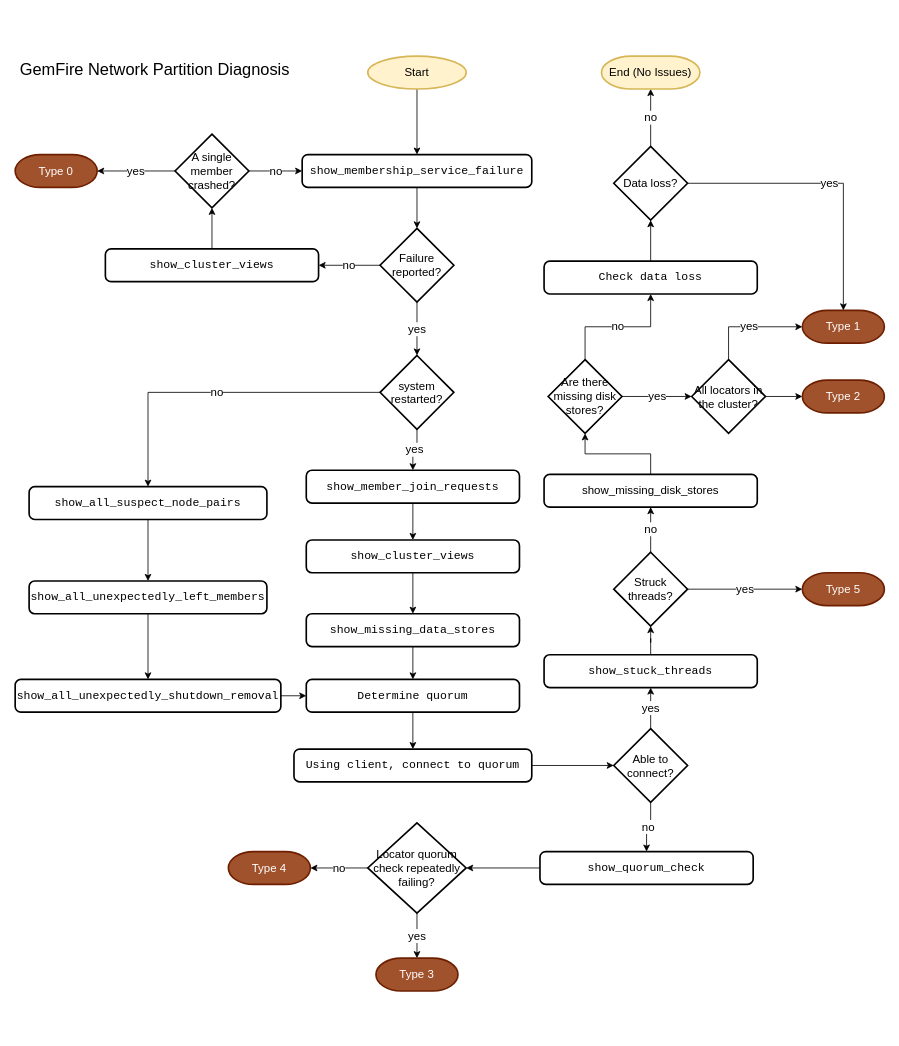
The draw.io diagram page "Diagnosis" (7 of 7) of images/drawio/split-brain.drawio in padogrid/bundle-geode-1-app-perf_test_sb-cluster-sb, before the edit. Source tidied: cells renumbered, new cells numbered last; positions are measured from the earlier drawing's top-left corner, leaving out a move shared by most shapes. Both pictures are drawn from the tidied source at 82%, with x=0, y=0 at pixel (15, 56).
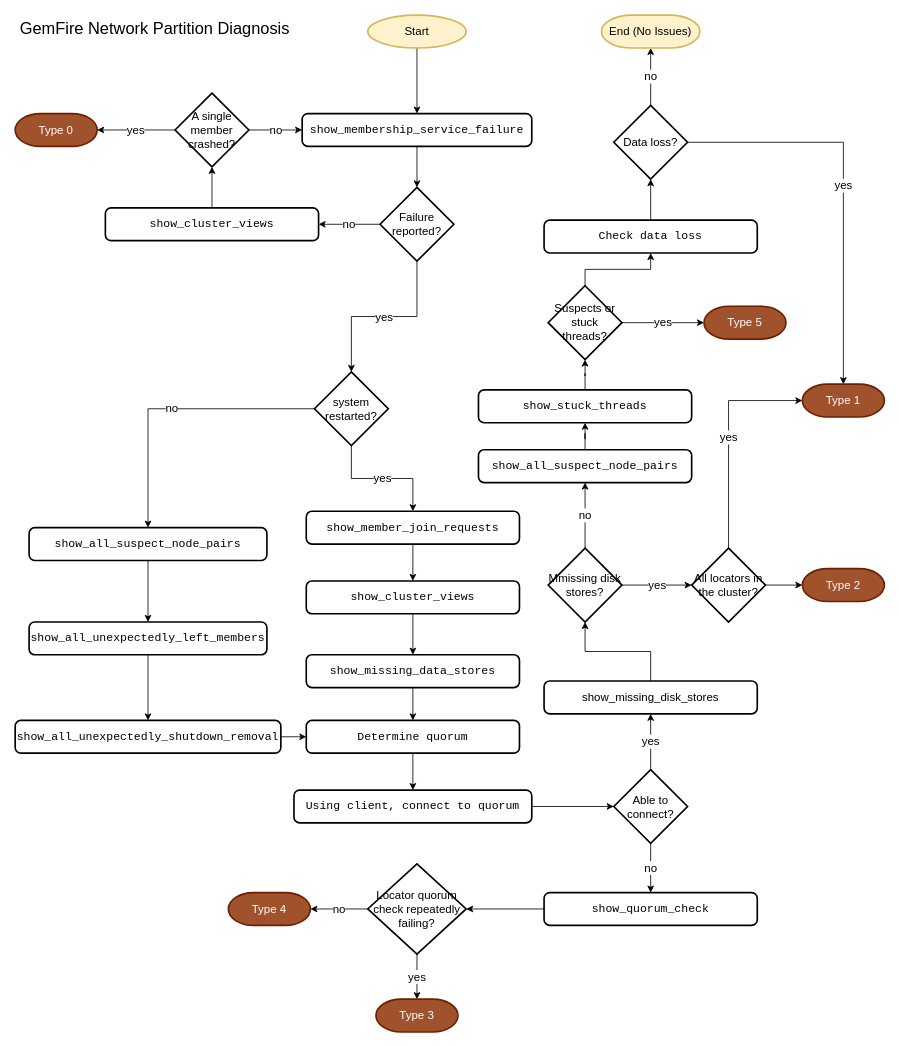
Above is the later version.

Commit message (it also covers changes not shown here):
Updated show_type

Diff of the diagram source:
```diff
@@
     <mxCell id="3" value="Start" style="strokeWidth=2;html=1;shape=mxgraph.flowchart.start_1;whiteSpace=wrap;fontFamily=Helvetica;fillColor=#fff2cc;strokeColor=#d6b656;fontSize=14;" parent="1" vertex="1">
-      <mxGeometry x="430" width="120" height="40" as="geometry" />
+      <mxGeometry x="430" y="-50" width="120" height="40" as="geometry" />
     </mxCell>
@@
     <mxCell id="5" value="&lt;pre class=&quot;language-bash&quot; style=&quot;font-size: 14px;&quot;&gt;&lt;code class=&quot;language-bash&quot; style=&quot;font-size: 14px;&quot;&gt;show_membership_service_failure&lt;/code&gt;&lt;/pre&gt;" style="rounded=1;whiteSpace=wrap;html=1;absoluteArcSize=1;arcSize=14;strokeWidth=2;fontFamily=Helvetica;fontSize=14;" parent="1" vertex="1">
-      <mxGeometry x="350" y="120" width="280" height="40" as="geometry" />
+      <mxGeometry x="350" y="70" width="280" height="40" as="geometry" />
     </mxCell>
@@
     <mxCell id="8" value="Failure reported?" style="strokeWidth=2;html=1;shape=mxgraph.flowchart.decision;whiteSpace=wrap;fontFamily=Helvetica;fontSize=14;" parent="1" vertex="1">
-      <mxGeometry x="445" y="210" width="90" height="90" as="geometry" />
+      <mxGeometry x="445" y="160" width="90" height="90" as="geometry" />
     </mxCell>
@@
     <mxCell id="10" value="&lt;pre class=&quot;language-bash&quot; style=&quot;font-size: 14px;&quot;&gt;&lt;pre class=&quot;language-bash&quot; style=&quot;font-size: 14px;&quot;&gt;&lt;code class=&quot;language-bash&quot; style=&quot;font-size: 14px;&quot;&gt;show_cluster_views&lt;/code&gt;&lt;/pre&gt;&lt;/pre&gt;" style="rounded=1;whiteSpace=wrap;html=1;absoluteArcSize=1;arcSize=14;strokeWidth=2;fontFamily=Helvetica;fontSize=14;" parent="1" vertex="1">
-      <mxGeometry x="355" y="590" width="260" height="40" as="geometry" />
+      <mxGeometry x="355" y="640" width="260" height="40" as="geometry" />
     </mxCell>
-    <mxCell id="11" value="yes" style="edgeStyle=orthogonalEdgeStyle;rounded=0;jettySize=auto;html=1;entryX=0.5;entryY=0;entryDx=0;entryDy=0;fontFamily=Helvetica;fontSize=14;" parent="1" edge="1" source="13" target="22">
+    <mxCell id="11" value="yes" style="edgeStyle=orthogonalEdgeStyle;rounded=0;jettySize=auto;html=1;entryX=0.5;entryY=0;entryDx=0;entryDy=0;fontFamily=Helvetica;fontSize=14;exitX=0.5;exitY=1;exitDx=0;exitDy=0;exitPerimeter=0;" parent="1" edge="1" source="13" target="22">
       <mxGeometry relative="1" as="geometry" />
     </mxCell>
-    <mxCell id="12" value="no" style="edgeStyle=orthogonalEdgeStyle;rounded=0;jettySize=auto;html=1;fontFamily=Helvetica;fontSize=14;" parent="1" edge="1" source="13" target="49">
+    <mxCell id="12" value="no" style="edgeStyle=orthogonalEdgeStyle;rounded=0;jettySize=auto;html=1;fontFamily=Helvetica;fontSize=14;exitX=0;exitY=0.5;exitDx=0;exitDy=0;exitPerimeter=0;" parent="1" edge="1" source="13" target="49">
       <mxGeometry relative="1" as="geometry" />
     </mxCell>
     <mxCell id="13" value="system restarted?" style="strokeWidth=2;html=1;shape=mxgraph.flowchart.decision;whiteSpace=wrap;fontFamily=Helvetica;fontSize=14;" parent="1" vertex="1">
-      <mxGeometry x="445" y="365" width="90" height="90" as="geometry" />
+      <mxGeometry x="365" y="385" width="90" height="90" as="geometry" />
     </mxCell>
-    <mxCell id="14" value="yes" style="edgeStyle=orthogonalEdgeStyle;rounded=0;jettySize=auto;html=1;fontFamily=Helvetica;entryX=0.5;entryY=1;entryDx=0;entryDy=0;fontSize=14;exitX=0.5;exitY=0;exitDx=0;exitDy=0;exitPerimeter=0;" parent="1" edge="1" source="16" target="42">
-      <mxGeometry relative="1" as="geometry" />
-    </mxCell>
@@
+    <mxCell id="67" value="yes" style="edgeStyle=orthogonalEdgeStyle;rounded=0;jettySize=auto;html=1;entryX=0.5;entryY=1;entryDx=0;entryDy=0;fontSize=14;" parent="1" edge="1" source="16" target="24">
+      <mxGeometry relative="1" as="geometry" />
+    </mxCell>
     <mxCell id="16" value="Able to connect?" style="strokeWidth=2;html=1;shape=mxgraph.flowchart.decision;whiteSpace=wrap;fontFamily=Helvetica;fontSize=14;" parent="1" vertex="1">
-      <mxGeometry x="730" y="820" width="90" height="90" as="geometry" />
+      <mxGeometry x="730" y="870" width="90" height="90" as="geometry" />
     </mxCell>
@@
     <mxCell id="18" value="&lt;pre class=&quot;language-bash&quot; style=&quot;font-size: 14px;&quot;&gt;&lt;pre class=&quot;language-bash&quot; style=&quot;font-size: 14px;&quot;&gt;&lt;code class=&quot;language-bash&quot; style=&quot;font-size: 14px;&quot;&gt;Determine quorum&lt;/code&gt;&lt;/pre&gt;&lt;/pre&gt;" style="rounded=1;whiteSpace=wrap;html=1;absoluteArcSize=1;arcSize=14;strokeWidth=2;fontFamily=Helvetica;fontSize=14;" parent="1" vertex="1">
-      <mxGeometry x="355" y="760" width="260" height="40" as="geometry" />
+      <mxGeometry x="355" y="810" width="260" height="40" as="geometry" />
     </mxCell>
@@
     <mxCell id="20" value="&lt;pre class=&quot;language-bash&quot; style=&quot;font-size: 14px;&quot;&gt;&lt;pre class=&quot;language-bash&quot; style=&quot;font-size: 14px;&quot;&gt;Using client, connect to quorum&lt;/pre&gt;&lt;/pre&gt;" style="rounded=1;whiteSpace=wrap;html=1;absoluteArcSize=1;arcSize=14;strokeWidth=2;fontFamily=Helvetica;fontSize=14;" parent="1" vertex="1">
-      <mxGeometry x="340" y="845" width="290" height="40" as="geometry" />
+      <mxGeometry x="340" y="895" width="290" height="40" as="geometry" />
     </mxCell>
@@
     <mxCell id="22" value="&lt;pre class=&quot;language-bash&quot; style=&quot;font-size: 14px;&quot;&gt;&lt;pre class=&quot;language-bash&quot; style=&quot;font-size: 14px;&quot;&gt;&lt;code class=&quot;language-bash&quot; style=&quot;font-size: 14px;&quot;&gt;show_member_join_requests&lt;/code&gt;&lt;/pre&gt;&lt;/pre&gt;" style="rounded=1;whiteSpace=wrap;html=1;absoluteArcSize=1;arcSize=14;strokeWidth=2;fontFamily=Helvetica;fontSize=14;" parent="1" vertex="1">
-      <mxGeometry x="355" y="505" width="260" height="40" as="geometry" />
+      <mxGeometry x="355" y="555" width="260" height="40" as="geometry" />
     </mxCell>
@@
     <mxCell id="24" value="show_missing_disk_stores" style="rounded=1;whiteSpace=wrap;html=1;absoluteArcSize=1;arcSize=14;strokeWidth=2;fontFamily=Helvetica;fontSize=14;" parent="1" vertex="1">
-      <mxGeometry x="645" y="510" width="260" height="40" as="geometry" />
+      <mxGeometry x="645" y="762" width="260" height="40" as="geometry" />
     </mxCell>
     <mxCell id="25" value="Type 1" style="strokeWidth=2;html=1;shape=mxgraph.flowchart.terminator;whiteSpace=wrap;fontFamily=Helvetica;fillColor=#a0522d;strokeColor=#6D1F00;fontColor=#ffffff;fontSize=14;" parent="1" vertex="1">
-      <mxGeometry x="960" y="310" width="100" height="40" as="geometry" />
+      <mxGeometry x="960" y="400" width="100" height="40" as="geometry" />
     </mxCell>
     <mxCell id="26" value="&lt;pre class=&quot;language-bash&quot; style=&quot;font-size: 14px;&quot;&gt;&lt;pre class=&quot;language-bash&quot; style=&quot;font-size: 14px;&quot;&gt;&lt;pre class=&quot;language-bash&quot;&gt;show_quorum_check&lt;/pre&gt;&lt;/pre&gt;&lt;/pre&gt;" style="rounded=1;whiteSpace=wrap;html=1;absoluteArcSize=1;arcSize=14;strokeWidth=2;fontFamily=Helvetica;fontSize=14;" parent="1" vertex="1">
-      <mxGeometry x="640" y="970" width="260" height="40" as="geometry" />
+      <mxGeometry x="645" y="1020" width="260" height="40" as="geometry" />
     </mxCell>
@@
-    <mxCell id="28" value="no" style="edgeStyle=orthogonalEdgeStyle;rounded=0;jettySize=auto;html=1;fontFamily=Helvetica;entryX=0.5;entryY=1;entryDx=0;entryDy=0;fontSize=14;" parent="1" edge="1" source="29" target="31">
-      <mxGeometry relative="1" as="geometry" />
-    </mxCell>
+    <mxCell id="68" value="no" style="edgeStyle=orthogonalEdgeStyle;rounded=0;jettySize=auto;html=1;entryX=0.5;entryY=1;entryDx=0;entryDy=0;fontSize=14;" parent="1" edge="1" source="29" target="70">
+      <mxGeometry relative="1" as="geometry" />
+    </mxCell>
-    <mxCell id="29" value="Are there missing disk stores?" style="strokeWidth=2;html=1;shape=mxgraph.flowchart.decision;whiteSpace=wrap;fontFamily=Helvetica;fontSize=14;" parent="1" vertex="1">
-      <mxGeometry x="650" y="370" width="90" height="90" as="geometry" />
+    <mxCell id="29" value="Mmissing disk stores?" style="strokeWidth=2;html=1;shape=mxgraph.flowchart.decision;whiteSpace=wrap;fontFamily=Helvetica;fontSize=14;" parent="1" vertex="1">
+      <mxGeometry x="650" y="600" width="90" height="90" as="geometry" />
     </mxCell>
@@
     <mxCell id="31" value="&lt;pre class=&quot;language-bash&quot; style=&quot;font-size: 14px;&quot;&gt;&lt;pre class=&quot;language-bash&quot; style=&quot;font-size: 14px;&quot;&gt;Check data loss&lt;/pre&gt;&lt;/pre&gt;" style="rounded=1;whiteSpace=wrap;html=1;absoluteArcSize=1;arcSize=14;strokeWidth=2;fontFamily=Helvetica;fontSize=14;" parent="1" vertex="1">
-      <mxGeometry x="645" y="250" width="260" height="40" as="geometry" />
+      <mxGeometry x="645" y="200" width="260" height="40" as="geometry" />
     </mxCell>
@@
     <mxCell id="34" value="Data loss?" style="strokeWidth=2;html=1;shape=mxgraph.flowchart.decision;whiteSpace=wrap;fontFamily=Helvetica;fontSize=14;" parent="1" vertex="1">
-      <mxGeometry x="730" y="110" width="90" height="90" as="geometry" />
+      <mxGeometry x="730" y="60" width="90" height="90" as="geometry" />
     </mxCell>
     <mxCell id="35" value="End (No Issues)" style="strokeWidth=2;html=1;shape=mxgraph.flowchart.terminator;whiteSpace=wrap;fontFamily=Helvetica;fillColor=#fff2cc;strokeColor=#d6b656;fontSize=14;" parent="1" vertex="1">
-      <mxGeometry x="715" width="120" height="40" as="geometry" />
+      <mxGeometry x="715" y="-50" width="120" height="40" as="geometry" />
     </mxCell>
@@
     <mxCell id="39" value="Locator quorum check repeatedly failing?" style="strokeWidth=2;html=1;shape=mxgraph.flowchart.decision;whiteSpace=wrap;fontFamily=Helvetica;fontSize=14;" parent="1" vertex="1">
-      <mxGeometry x="430" y="935" width="120" height="110" as="geometry" />
+      <mxGeometry x="430" y="985" width="120" height="110" as="geometry" />
     </mxCell>
     <mxCell id="40" value="Type 3" style="strokeWidth=2;html=1;shape=mxgraph.flowchart.terminator;whiteSpace=wrap;fontFamily=Helvetica;fillColor=#a0522d;fontColor=#ffffff;strokeColor=#6D1F00;fontSize=14;" parent="1" vertex="1">
-      <mxGeometry x="440" y="1100" width="100" height="40" as="geometry" />
+      <mxGeometry x="440" y="1150" width="100" height="40" as="geometry" />
     </mxCell>
-    <mxCell id="41" style="edgeStyle=orthogonalEdgeStyle;rounded=0;jettySize=auto;html=1;entryX=0.5;entryY=1;entryDx=0;entryDy=0;entryPerimeter=0;fontFamily=Helvetica;fontSize=14;" parent="1" edge="1" source="42" target="46">
-      <mxGeometry relative="1" as="geometry" />
-    </mxCell>
-    <mxCell id="42" value="&lt;pre class=&quot;language-bash&quot; style=&quot;font-size: 14px;&quot;&gt;&lt;pre class=&quot;language-bash&quot; style=&quot;font-size: 14px;&quot;&gt;show_stuck_threads&lt;/pre&gt;&lt;/pre&gt;" style="rounded=1;whiteSpace=wrap;html=1;absoluteArcSize=1;arcSize=14;strokeWidth=2;fontFamily=Helvetica;fontSize=14;" parent="1" vertex="1">
-      <mxGeometry x="645" y="730" width="260" height="40" as="geometry" />
-    </mxCell>
-    <mxCell id="43" value="Type 5" style="strokeWidth=2;html=1;shape=mxgraph.flowchart.terminator;whiteSpace=wrap;fontFamily=Helvetica;fillColor=#a0522d;fontColor=#ffffff;strokeColor=#6D1F00;fontSize=14;" parent="1" vertex="1">
-      <mxGeometry x="960" y="630" width="100" height="40" as="geometry" />
-    </mxCell>
-    <mxCell id="44" value="yes" style="edgeStyle=orthogonalEdgeStyle;rounded=0;jettySize=auto;html=1;entryX=0;entryY=0.5;entryDx=0;entryDy=0;entryPerimeter=0;fontFamily=Helvetica;fontSize=14;" parent="1" edge="1" source="46" target="43">
-      <mxGeometry relative="1" as="geometry" />
-    </mxCell>
-    <mxCell id="45" value="no" style="edgeStyle=orthogonalEdgeStyle;rounded=0;jettySize=auto;html=1;entryX=0.5;entryY=1;entryDx=0;entryDy=0;fontFamily=Helvetica;fontSize=14;" parent="1" edge="1" source="46" target="24">
-      <mxGeometry relative="1" as="geometry" />
-    </mxCell>
-    <mxCell id="46" value="Struck threads?" style="strokeWidth=2;html=1;shape=mxgraph.flowchart.decision;whiteSpace=wrap;fontFamily=Helvetica;fontSize=14;" parent="1" vertex="1">
-      <mxGeometry x="730" y="605" width="90" height="90" as="geometry" />
-    </mxCell>
     <mxCell id="47" value="Type 4" style="strokeWidth=2;html=1;shape=mxgraph.flowchart.terminator;whiteSpace=wrap;fontFamily=Helvetica;fillColor=#a0522d;fontColor=#ffffff;strokeColor=#6D1F00;fontSize=14;" parent="1" vertex="1">
-      <mxGeometry x="260" y="970" width="100" height="40" as="geometry" />
+      <mxGeometry x="260" y="1020" width="100" height="40" as="geometry" />
     </mxCell>
@@
     <mxCell id="49" value="&lt;pre class=&quot;language-bash&quot; style=&quot;font-size: 14px;&quot;&gt;&lt;pre class=&quot;language-bash&quot; style=&quot;font-size: 14px;&quot;&gt;&lt;code class=&quot;language-bash&quot; style=&quot;font-size: 14px;&quot;&gt;show_all_suspect_node_pairs&lt;/code&gt;&lt;/pre&gt;&lt;/pre&gt;" style="rounded=1;whiteSpace=wrap;html=1;absoluteArcSize=1;arcSize=14;strokeWidth=2;fontFamily=Helvetica;fontSize=14;" parent="1" vertex="1">
-      <mxGeometry x="17" y="525" width="290" height="40" as="geometry" />
+      <mxGeometry x="17" y="575" width="290" height="40" as="geometry" />
     </mxCell>
@@
     <mxCell id="51" value="&lt;pre class=&quot;language-bash&quot; style=&quot;font-size: 14px;&quot;&gt;&lt;pre class=&quot;language-bash&quot; style=&quot;font-size: 14px;&quot;&gt;&lt;code class=&quot;language-bash&quot; style=&quot;font-size: 14px;&quot;&gt;show_all_unexpectedly_left_members&lt;/code&gt;&lt;/pre&gt;&lt;/pre&gt;" style="rounded=1;whiteSpace=wrap;html=1;absoluteArcSize=1;arcSize=14;strokeWidth=2;fontFamily=Helvetica;fontSize=14;" parent="1" vertex="1">
-      <mxGeometry x="17" y="640" width="290" height="40" as="geometry" />
+      <mxGeometry x="17" y="690" width="290" height="40" as="geometry" />
     </mxCell>
@@
     <mxCell id="53" value="&lt;pre class=&quot;language-bash&quot; style=&quot;font-size: 14px;&quot;&gt;&lt;pre class=&quot;language-bash&quot; style=&quot;font-size: 14px;&quot;&gt;&lt;code class=&quot;language-bash&quot; style=&quot;font-size: 14px;&quot;&gt;show_all_unexpectedly_shutdown_removal&lt;/code&gt;&lt;/pre&gt;&lt;/pre&gt;" style="rounded=1;whiteSpace=wrap;html=1;absoluteArcSize=1;arcSize=14;strokeWidth=2;fontFamily=Helvetica;fontSize=14;" parent="1" vertex="1">
-      <mxGeometry y="760" width="324" height="40" as="geometry" />
+      <mxGeometry y="810" width="324" height="40" as="geometry" />
     </mxCell>
     <mxCell id="54" value="GemFire Network Partition Diagnosis" style="text;strokeColor=none;fillColor=none;align=left;verticalAlign=middle;spacingLeft=4;spacingRight=4;overflow=hidden;fontFamily=Helvetica;fontSize=20;" parent="1" vertex="1">
-      <mxGeometry width="370" height="30" as="geometry" />
+      <mxGeometry y="-50" width="370" height="30" as="geometry" />
     </mxCell>
@@
     <mxCell id="56" value="&lt;pre class=&quot;language-bash&quot; style=&quot;font-size: 14px;&quot;&gt;&lt;pre class=&quot;language-bash&quot; style=&quot;font-size: 14px;&quot;&gt;&lt;code class=&quot;language-bash&quot; style=&quot;font-size: 14px;&quot;&gt;show_missing_data_stores&lt;/code&gt;&lt;/pre&gt;&lt;/pre&gt;" style="rounded=1;whiteSpace=wrap;html=1;absoluteArcSize=1;arcSize=14;strokeWidth=2;fontFamily=Helvetica;fontSize=14;" parent="1" vertex="1">
-      <mxGeometry x="355" y="680" width="260" height="40" as="geometry" />
+      <mxGeometry x="355" y="730" width="260" height="40" as="geometry" />
     </mxCell>
@@
     <mxCell id="58" value="&lt;pre class=&quot;language-bash&quot; style=&quot;font-size: 14px;&quot;&gt;&lt;pre class=&quot;language-bash&quot; style=&quot;font-size: 14px;&quot;&gt;&lt;code class=&quot;language-bash&quot; style=&quot;font-size: 14px;&quot;&gt;show_cluster_views&lt;/code&gt;&lt;/pre&gt;&lt;/pre&gt;" style="rounded=1;whiteSpace=wrap;html=1;absoluteArcSize=1;arcSize=14;strokeWidth=2;fontFamily=Helvetica;fontSize=14;" parent="1" vertex="1">
-      <mxGeometry x="110" y="235" width="260" height="40" as="geometry" />
+      <mxGeometry x="110" y="185" width="260" height="40" as="geometry" />
     </mxCell>
@@
     <mxCell id="61" value="A single member crashed?" style="strokeWidth=2;html=1;shape=mxgraph.flowchart.decision;whiteSpace=wrap;fontFamily=Helvetica;fontSize=14;" parent="1" vertex="1">
-      <mxGeometry x="195" y="95" width="90" height="90" as="geometry" />
+      <mxGeometry x="195" y="45" width="90" height="90" as="geometry" />
     </mxCell>
     <mxCell id="62" value="Type 0" style="strokeWidth=2;html=1;shape=mxgraph.flowchart.terminator;whiteSpace=wrap;fontFamily=Helvetica;fillColor=#a0522d;strokeColor=#6D1F00;fontColor=#ffffff;fontSize=14;" parent="1" vertex="1">
-      <mxGeometry y="120" width="100" height="40" as="geometry" />
+      <mxGeometry y="70" width="100" height="40" as="geometry" />
     </mxCell>
@@
     <mxCell id="65" value="All locators in the cluster?" style="strokeWidth=2;html=1;shape=mxgraph.flowchart.decision;whiteSpace=wrap;fontFamily=Helvetica;fontSize=14;" parent="1" vertex="1">
-      <mxGeometry x="825" y="370" width="90" height="90" as="geometry" />
+      <mxGeometry x="825" y="600" width="90" height="90" as="geometry" />
     </mxCell>
     <mxCell id="66" value="Type 2" style="strokeWidth=2;html=1;shape=mxgraph.flowchart.terminator;whiteSpace=wrap;fontFamily=Helvetica;fillColor=#a0522d;strokeColor=#6D1F00;fontColor=#ffffff;fontSize=14;" parent="1" vertex="1">
-      <mxGeometry x="960" y="395" width="100" height="40" as="geometry" />
+      <mxGeometry x="960" y="625" width="100" height="40" as="geometry" />
     </mxCell>
+    <mxCell id="69" style="edgeStyle=orthogonalEdgeStyle;rounded=0;jettySize=auto;html=1;entryX=0.5;entryY=1;entryDx=0;entryDy=0;fontSize=14;" parent="1" edge="1" source="70" target="42">
+      <mxGeometry relative="1" as="geometry" />
+    </mxCell>
+    <mxCell id="70" value="&lt;pre class=&quot;language-bash&quot; style=&quot;font-size: 14px;&quot;&gt;&lt;pre class=&quot;language-bash&quot; style=&quot;font-size: 14px;&quot;&gt;&lt;code class=&quot;language-bash&quot; style=&quot;font-size: 14px;&quot;&gt;show_all_suspect_node_pairs&lt;/code&gt;&lt;/pre&gt;&lt;/pre&gt;" style="rounded=1;whiteSpace=wrap;html=1;absoluteArcSize=1;arcSize=14;strokeWidth=2;fontFamily=Helvetica;fontSize=14;" parent="1" vertex="1">
+      <mxGeometry x="565" y="480" width="260" height="40" as="geometry" />
+    </mxCell>
+    <mxCell id="71" value="yes" style="edgeStyle=orthogonalEdgeStyle;rounded=0;jettySize=auto;html=1;entryX=0;entryY=0.5;entryDx=0;entryDy=0;entryPerimeter=0;fontSize=14;" parent="1" edge="1" source="73" target="43">
+      <mxGeometry relative="1" as="geometry" />
+    </mxCell>
+    <mxCell id="72" style="edgeStyle=orthogonalEdgeStyle;rounded=0;jettySize=auto;html=1;entryX=0.5;entryY=1;entryDx=0;entryDy=0;fontSize=14;" parent="1" edge="1" source="73" target="31">
+      <mxGeometry relative="1" as="geometry" />
+    </mxCell>
+    <mxCell id="73" value="Suspects or stuck threads?" style="strokeWidth=2;html=1;shape=mxgraph.flowchart.decision;whiteSpace=wrap;fontFamily=Helvetica;fontSize=14;" parent="1" vertex="1">
+      <mxGeometry x="650" y="280" width="90" height="90" as="geometry" />
+    </mxCell>
+    <mxCell id="74" style="edgeStyle=orthogonalEdgeStyle;rounded=0;jettySize=auto;html=1;entryX=0.5;entryY=1;entryDx=0;entryDy=0;entryPerimeter=0;fontSize=14;" parent="1" edge="1" source="42" target="73">
+      <mxGeometry relative="1" as="geometry" />
+    </mxCell>
+    <mxCell id="42" value="&lt;pre class=&quot;language-bash&quot; style=&quot;font-size: 14px;&quot;&gt;&lt;pre class=&quot;language-bash&quot; style=&quot;font-size: 14px;&quot;&gt;show_stuck_threads&lt;/pre&gt;&lt;/pre&gt;" style="rounded=1;whiteSpace=wrap;html=1;absoluteArcSize=1;arcSize=14;strokeWidth=2;fontFamily=Helvetica;fontSize=14;" parent="1" vertex="1">
+      <mxGeometry x="565" y="407" width="260" height="40" as="geometry" />
+    </mxCell>
+    <mxCell id="43" value="Type 5" style="strokeWidth=2;html=1;shape=mxgraph.flowchart.terminator;whiteSpace=wrap;fontFamily=Helvetica;fillColor=#a0522d;fontColor=#ffffff;strokeColor=#6D1F00;fontSize=14;" parent="1" vertex="1">
+      <mxGeometry x="840" y="305" width="100" height="40" as="geometry" />
+    </mxCell>
```
